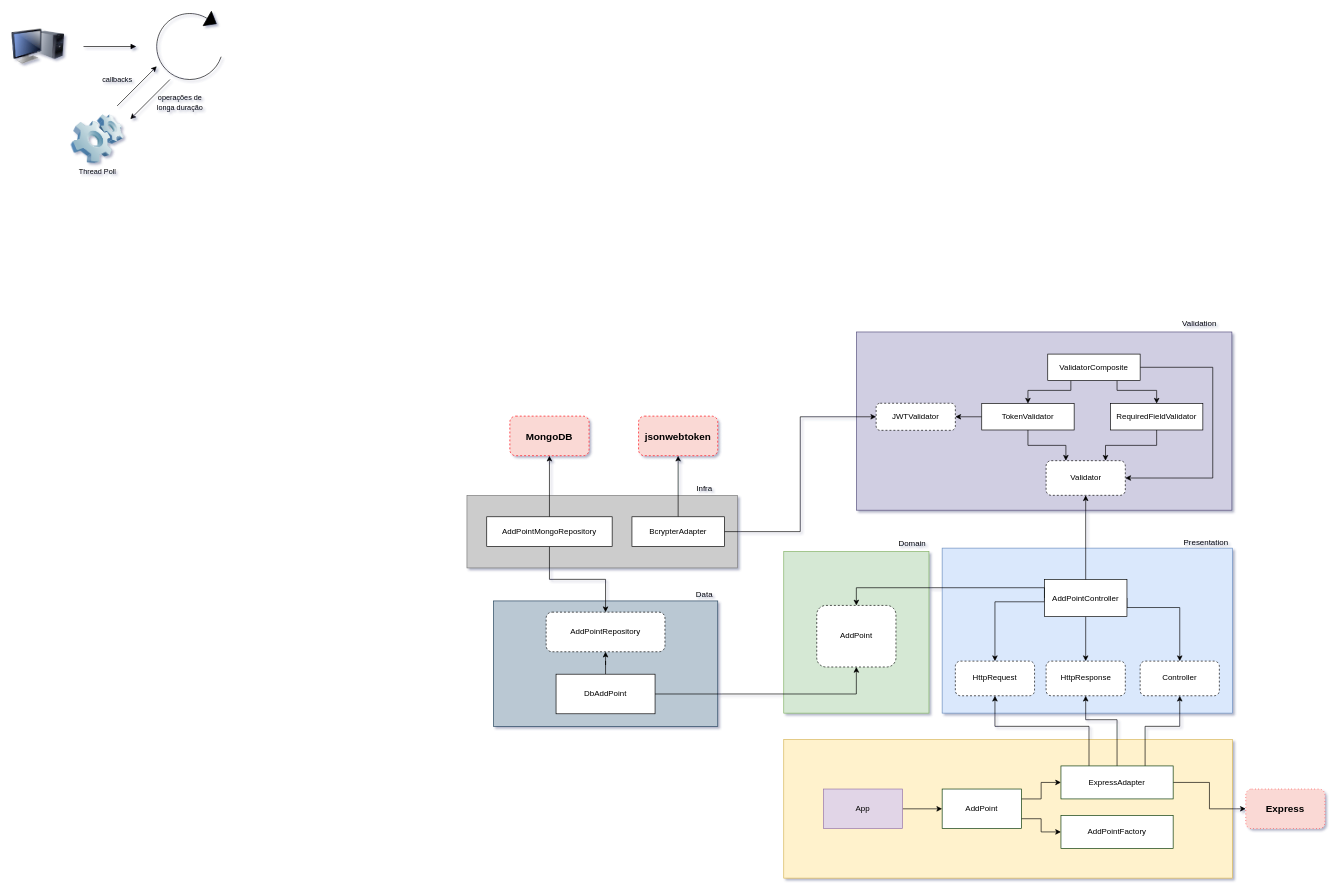
Earlier version of the draw.io diagram Untitled Diagram.drawio (eric218110/drawio). Source tidied: cells renumbered, new cells numbered last; positions are measured from the earlier drawing's top-left corner, leaving out a move shared by most shapes. Both pictures are drawn from the tidied source at 66%, with x=0, y=0 at pixel (11, 13).
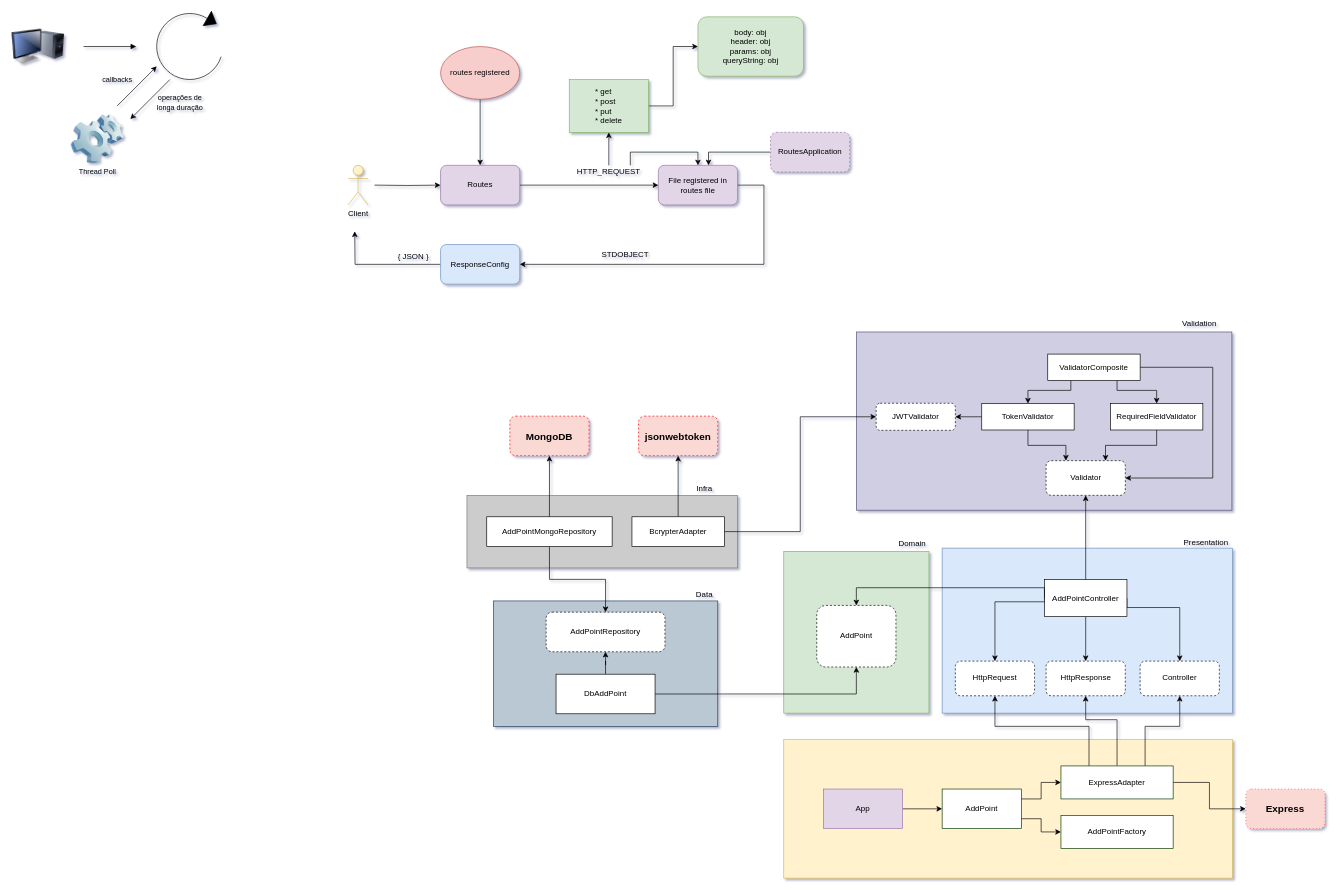
Above is the later version.

The edit, as a diff of the source:
```diff
@@
+    <mxCell id="70" style="edgeStyle=orthogonalEdgeStyle;rounded=0;jettySize=auto;html=1;entryX=0;entryY=0.5;entryDx=0;entryDy=0;" parent="1" edge="1" target="72">
+      <mxGeometry relative="1" as="geometry">
+        <mxPoint x="550" y="261" as="sourcePoint" />
+      </mxGeometry>
+    </mxCell>
+    <mxCell id="71" style="edgeStyle=orthogonalEdgeStyle;rounded=0;jettySize=auto;html=1;" parent="1" edge="1" source="72" target="76">
+      <mxGeometry relative="1" as="geometry" />
+    </mxCell>
+    <mxCell id="72" value="Routes" style="rounded=1;whiteSpace=wrap;html=1;fillColor=#e1d5e7;strokeColor=#9673a6;" parent="1" vertex="1">
+      <mxGeometry x="650" y="231" width="120" height="60" as="geometry" />
+    </mxCell>
+    <mxCell id="73" style="edgeStyle=orthogonalEdgeStyle;rounded=0;jettySize=auto;html=1;entryX=0.5;entryY=0;entryDx=0;entryDy=0;" parent="1" edge="1" source="74" target="72">
+      <mxGeometry relative="1" as="geometry" />
+    </mxCell>
+    <mxCell id="74" value="routes registered" style="ellipse;whiteSpace=wrap;html=1;fillColor=#f8cecc;strokeColor=#b85450;" parent="1" vertex="1">
+      <mxGeometry x="650" y="51" width="120" height="80" as="geometry" />
+    </mxCell>
+    <mxCell id="75" style="edgeStyle=orthogonalEdgeStyle;rounded=0;jettySize=auto;html=1;entryX=1;entryY=0.5;entryDx=0;entryDy=0;" parent="1" edge="1" source="76" target="85">
+      <mxGeometry relative="1" as="geometry">
+        <Array as="points">
+          <mxPoint x="1140" y="381" />
+        </Array>
+      </mxGeometry>
+    </mxCell>
+    <mxCell id="76" value="File registered in routes file" style="rounded=1;whiteSpace=wrap;html=1;fillColor=#e1d5e7;strokeColor=#9673a6;" parent="1" vertex="1">
+      <mxGeometry x="980" y="231" width="120" height="60" as="geometry" />
+    </mxCell>
+    <mxCell id="77" style="edgeStyle=orthogonalEdgeStyle;rounded=0;jettySize=auto;html=1;exitX=0.5;exitY=0;exitDx=0;exitDy=0;" parent="1" edge="1" source="79">
+      <mxGeometry relative="1" as="geometry">
+        <mxPoint x="905" y="181" as="targetPoint" />
+      </mxGeometry>
+    </mxCell>
+    <mxCell id="78" style="edgeStyle=orthogonalEdgeStyle;rounded=0;jettySize=auto;html=1;exitX=0.75;exitY=0;exitDx=0;exitDy=0;" parent="1" edge="1" source="79" target="76">
+      <mxGeometry relative="1" as="geometry">
+        <Array as="points">
+          <mxPoint x="938" y="211" />
+          <mxPoint x="1040" y="211" />
+        </Array>
+      </mxGeometry>
+    </mxCell>
+    <mxCell id="79" value="HTTP_REQUEST" style="text;html=1;strokeColor=none;fillColor=none;align=center;verticalAlign=middle;whiteSpace=wrap;rounded=0;" parent="1" vertex="1">
+      <mxGeometry x="840" y="231" width="130" height="20" as="geometry" />
+    </mxCell>
+    <mxCell id="80" value="body: obj&lt;br&gt;header: obj&lt;br&gt;params: obj&lt;br&gt;queryString: obj&lt;br&gt;" style="rounded=1;whiteSpace=wrap;html=1;fillColor=#d5e8d4;strokeColor=#82b366;" parent="1" vertex="1">
+      <mxGeometry x="1040" y="6" width="160" height="90" as="geometry" />
+    </mxCell>
+    <mxCell id="81" style="edgeStyle=orthogonalEdgeStyle;rounded=0;jettySize=auto;html=1;entryX=0;entryY=0.5;entryDx=0;entryDy=0;" parent="1" edge="1" source="82" target="80">
+      <mxGeometry relative="1" as="geometry" />
+    </mxCell>
+    <mxCell id="82" value="&lt;div style=&quot;text-align: left&quot;&gt;&lt;span&gt;* get&lt;/span&gt;&lt;/div&gt;&lt;div style=&quot;text-align: left&quot;&gt;&lt;span&gt;* post&lt;/span&gt;&lt;/div&gt;&lt;div style=&quot;text-align: left&quot;&gt;* put&lt;/div&gt;&lt;div style=&quot;text-align: left&quot;&gt;* delete&lt;/div&gt;" style="rounded=0;whiteSpace=wrap;html=1;fillColor=#d5e8d4;strokeColor=#82b366;" parent="1" vertex="1">
+      <mxGeometry x="845" y="101" width="120" height="80" as="geometry" />
+    </mxCell>
+    <mxCell id="83" value="Client" style="shape=umlActor;verticalLabelPosition=bottom;verticalAlign=top;html=1;fillColor=#fff2cc;strokeColor=#d6b656;" parent="1" vertex="1">
+      <mxGeometry x="510" y="231" width="30" height="60" as="geometry" />
+    </mxCell>
+    <mxCell id="84" style="edgeStyle=orthogonalEdgeStyle;rounded=0;jettySize=auto;html=1;" parent="1" edge="1" source="85">
+      <mxGeometry relative="1" as="geometry">
+        <mxPoint x="520" y="331" as="targetPoint" />
+      </mxGeometry>
+    </mxCell>
+    <mxCell id="85" value="ResponseConfig" style="rounded=1;whiteSpace=wrap;html=1;fillColor=#dae8fc;strokeColor=#6c8ebf;" parent="1" vertex="1">
+      <mxGeometry x="650" y="351" width="120" height="60" as="geometry" />
+    </mxCell>
+    <mxCell id="86" value="STDOBJECT" style="text;html=1;strokeColor=none;fillColor=none;align=center;verticalAlign=middle;whiteSpace=wrap;rounded=0;" parent="1" vertex="1">
+      <mxGeometry x="910" y="356" width="40" height="20" as="geometry" />
+    </mxCell>
+    <mxCell id="87" value="{ JSON }" style="text;html=1;strokeColor=none;fillColor=none;align=center;verticalAlign=middle;whiteSpace=wrap;rounded=0;" parent="1" vertex="1">
+      <mxGeometry x="580" y="359" width="58" height="20" as="geometry" />
+    </mxCell>
+    <mxCell id="88" style="edgeStyle=orthogonalEdgeStyle;rounded=0;jettySize=auto;html=1;" parent="1" edge="1" source="89">
+      <mxGeometry relative="1" as="geometry">
+        <mxPoint x="1056" y="231" as="targetPoint" />
+        <Array as="points">
+          <mxPoint x="1056" y="211" />
+        </Array>
+      </mxGeometry>
+    </mxCell>
+    <mxCell id="89" value="RoutesApplication" style="rounded=1;whiteSpace=wrap;html=1;dashed=1;fillColor=#e1d5e7;strokeColor=#9673a6;" parent="1" vertex="1">
+      <mxGeometry x="1150" y="181" width="120" height="60" as="geometry" />
+    </mxCell>
```
